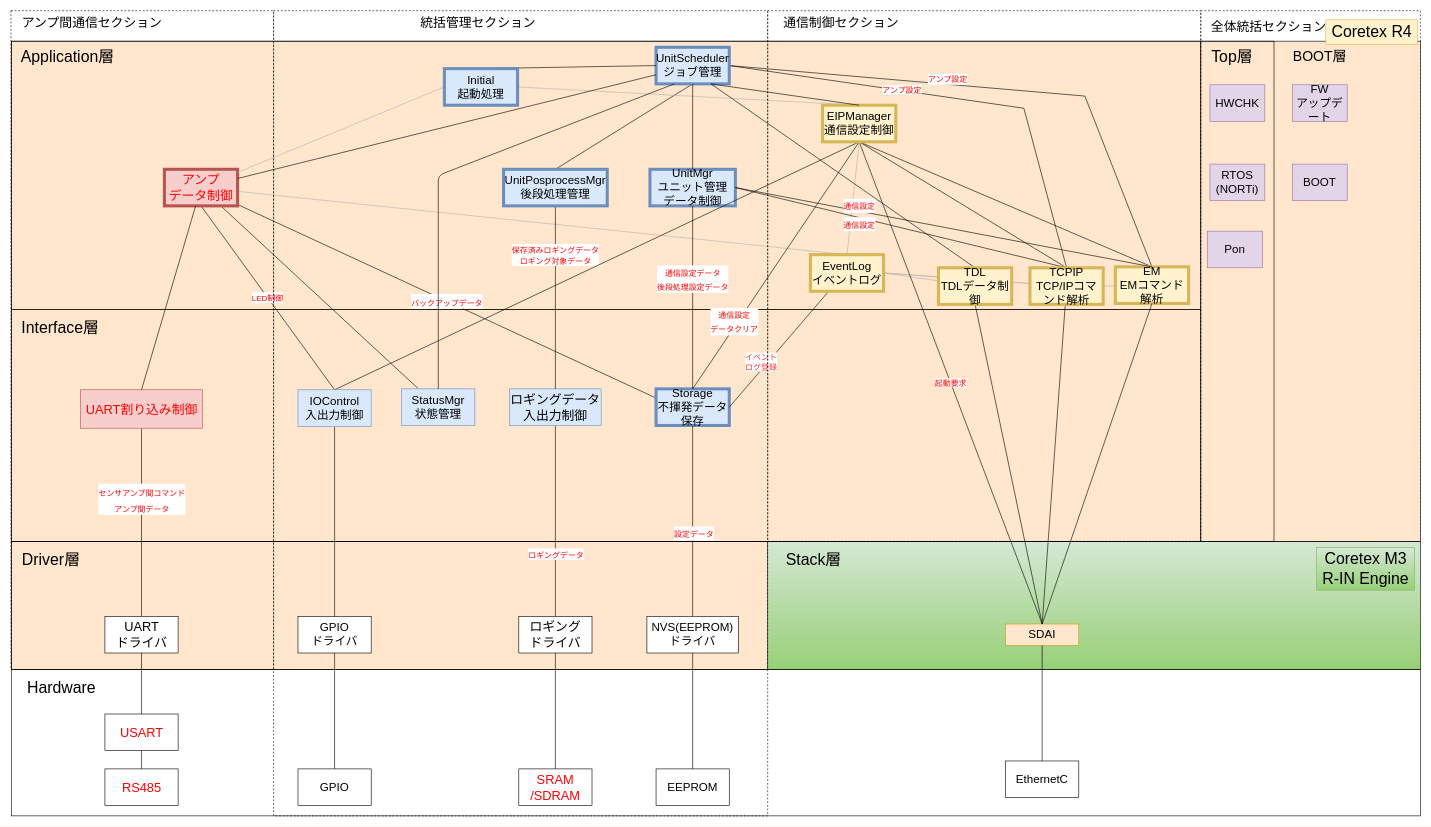
This is page "RevG_NewスマNWU静的構造_完全版" (7 of 13) of NWユニット_アーキテクチャ図.drawio from YutaSuzukiGARI/nwunit, a draw.io file, before an edit. Source tidied: cells renumbered, new cells numbered last; positions are measured from the earlier drawing's top-left corner, leaving out a move shared by most shapes. Both pictures are drawn from the tidied source at 61%, with x=0, y=0 at pixel (11, 10).
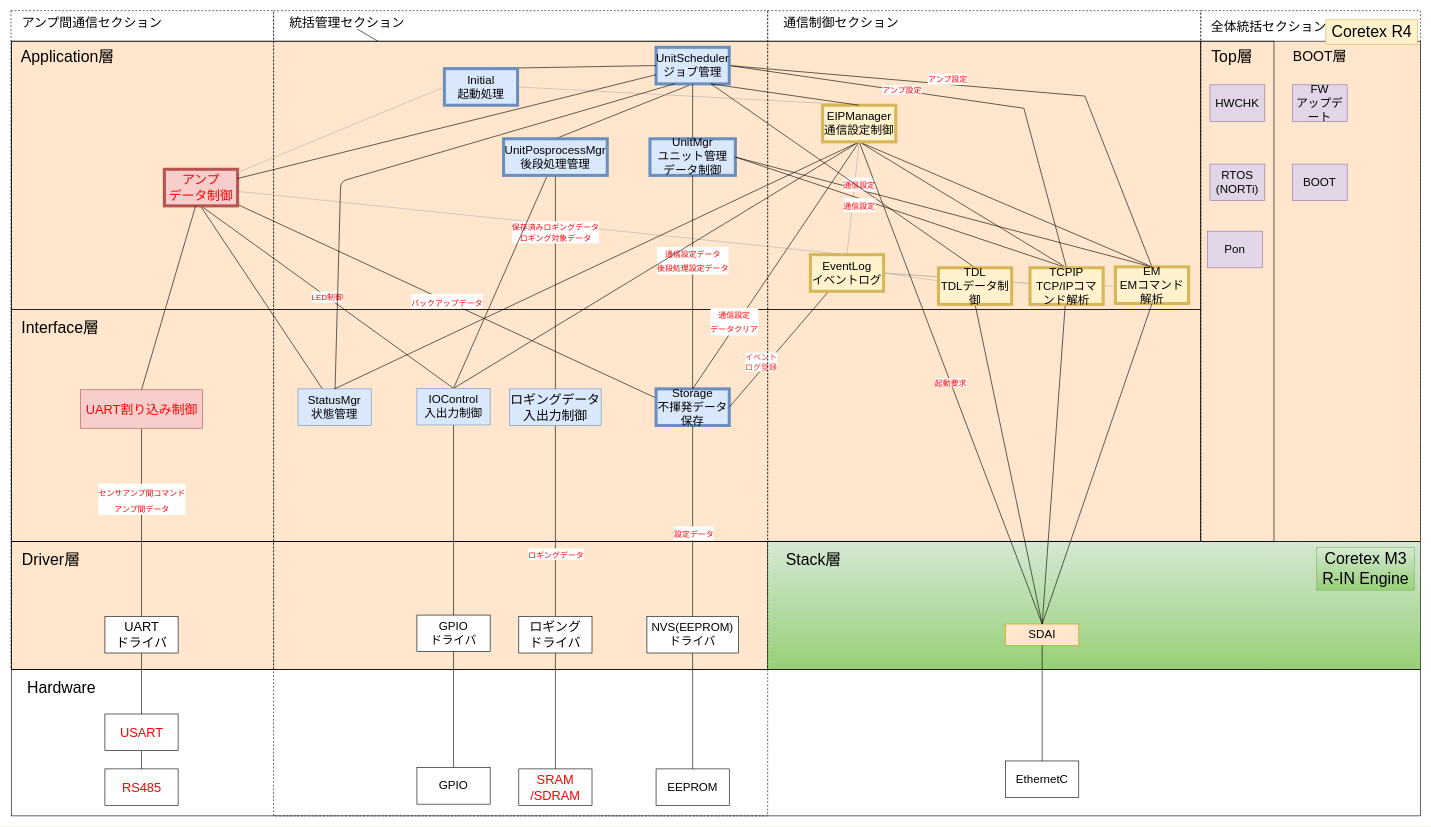
Above is the later version.

Commit message:
Update NWユニット_アーキテクチャ図.drawio

The change refers to these unchanged cells:
```xml
<mxCell id="8" style="rounded=0;whiteSpace=wrap;html=1;fillColor=none;fontSize=19;" parent="1" vertex="1">
  <mxGeometry y="50" width="1950" height="440" as="geometry" />
</mxCell>
<mxCell id="16" value="アンプ&lt;br&gt;データ制御" style="rounded=0;whiteSpace=wrap;html=1;fillColor=#f8cecc;strokeColor=#b85450;fontColor=#FF0000;fontSize=21;strokeWidth=5;" parent="1" vertex="1">
  <mxGeometry x="251" y="260" width="120" height="60" as="geometry" />
</mxCell>
<mxCell id="29" value="UnitScheduler&lt;br style=&quot;font-size: 19px;&quot;&gt;ジョブ管理" style="rounded=0;whiteSpace=wrap;html=1;fillColor=#dae8fc;strokeColor=#6c8ebf;fontSize=19;strokeWidth=5;" parent="1" vertex="1">
  <mxGeometry x="1057" y="60" width="120" height="60" as="geometry" />
</mxCell>
<mxCell id="94" value="EIPManager&lt;br style=&quot;font-size: 19px;&quot;&gt;通信設定制御" style="rounded=0;whiteSpace=wrap;html=1;fillColor=#fff2cc;strokeColor=#d6b656;fontSize=19;strokeWidth=5;fontColor=default;" parent="1" vertex="1">
  <mxGeometry x="1330" y="155" width="120" height="60" as="geometry" />
</mxCell>
```

Change to the diagram source:
```diff
@@
-    <mxCell id="14" style="rounded=0;jettySize=auto;html=1;endArrow=none;endFill=0;" parent="1" edge="1" source="16" target="20">
-      <mxGeometry relative="1" as="geometry" />
+    <mxCell id="14" style="rounded=0;jettySize=auto;html=1;endArrow=none;endFill=0;strokeColor=default;labelBackgroundColor=default;fontColor=default;" parent="1" edge="1" target="20">
+      <mxGeometry relative="1" as="geometry">
+        <mxPoint x="310" y="320" as="sourcePoint" />
+      </mxGeometry>
     </mxCell>
@@
-    <mxCell id="19" value="UnitMgr&lt;br style=&quot;font-size: 19px&quot;&gt;ユニット管理&lt;br&gt;データ制御" style="rounded=0;whiteSpace=wrap;html=1;fillColor=#dae8fc;strokeColor=#6c8ebf;fontSize=19;strokeWidth=5;" parent="1" vertex="1">
-      <mxGeometry x="1047" y="260" width="140" height="60" as="geometry" />
+    <mxCell id="19" value="UnitMgr&lt;br style=&quot;font-size: 19px&quot;&gt;ユニット管理&lt;br&gt;データ制御" style="rounded=0;whiteSpace=wrap;html=1;fillColor=#dae8fc;strokeColor=#6c8ebf;fontSize=19;strokeWidth=5;fontColor=default;" parent="1" vertex="1">
+      <mxGeometry x="1047" y="210" width="140" height="60" as="geometry" />
     </mxCell>
     <mxCell id="20" value="StatusMgr&lt;br style=&quot;font-size: 19px&quot;&gt;状態管理" style="rounded=0;whiteSpace=wrap;html=1;fillColor=#dae8fc;strokeColor=#6c8ebf;fontSize=19;fontColor=default;" parent="1" vertex="1">
-      <mxGeometry x="640" y="620" width="120" height="60" as="geometry" />
+      <mxGeometry x="470" y="620" width="120" height="60" as="geometry" />
     </mxCell>
@@
-    <mxCell id="44" style="endArrow=none;html=1;endFill=0;fontSize=19;exitX=0.25;exitY=1;exitDx=0;exitDy=0;" parent="1" edge="1" source="29" target="20">
+    <mxCell id="44" style="endArrow=none;html=1;endFill=0;fontSize=19;exitX=0.25;exitY=1;exitDx=0;exitDy=0;strokeColor=default;labelBackgroundColor=default;fontColor=default;" parent="1" edge="1" source="29" target="20">
       <mxGeometry relative="1" as="geometry">
         <Array as="points">
-          <mxPoint x="700" y="270" />
+          <mxPoint x="540" y="280" />
         </Array>
       </mxGeometry>
     </mxCell>
@@
     <mxCell id="47" value="GPIO&lt;br style=&quot;font-size: 19px;&quot;&gt;ドライバ" style="rounded=0;whiteSpace=wrap;html=1;fontSize=19;fillColor=default;strokeColor=default;fontColor=default;labelBackgroundColor=default;" parent="1" vertex="1">
-      <mxGeometry x="470" y="993" width="120" height="60" as="geometry" />
+      <mxGeometry x="665" y="990.8" width="120" height="60" as="geometry" />
     </mxCell>
@@
     <mxCell id="68" value="GPIO" style="rounded=0;whiteSpace=wrap;html=1;fontSize=19;fillColor=default;strokeColor=default;fontColor=default;labelBackgroundColor=default;" parent="1" vertex="1">
-      <mxGeometry x="470" y="1243" width="120" height="60" as="geometry" />
+      <mxGeometry x="665" y="1240.8" width="120" height="60" as="geometry" />
     </mxCell>
@@
+    <mxCell id="108" style="edgeStyle=none;rounded=0;jettySize=auto;html=1;entryX=0.5;entryY=0;entryDx=0;entryDy=0;labelBackgroundColor=default;fontSize=13;fontColor=default;endArrow=none;endFill=0;strokeColor=default;" parent="1" edge="1" source="90" target="107">
+      <mxGeometry relative="1" as="geometry" />
+    </mxCell>
-    <mxCell id="90" value="UnitPosprocessMgr&lt;br&gt;後段処理管理" style="rounded=0;whiteSpace=wrap;html=1;fillColor=#dae8fc;strokeColor=#6c8ebf;fontSize=19;strokeWidth=5;" parent="1" vertex="1">
-      <mxGeometry x="807" y="260" width="170" height="60" as="geometry" />
+    <mxCell id="90" value="UnitPosprocessMgr&lt;br&gt;後段処理管理" style="rounded=0;whiteSpace=wrap;html=1;fillColor=#dae8fc;strokeColor=#6c8ebf;fontSize=19;strokeWidth=5;fontColor=default;" parent="1" vertex="1">
+      <mxGeometry x="807" y="210" width="170" height="60" as="geometry" />
     </mxCell>
@@
+    <mxCell id="109" style="edgeStyle=none;rounded=0;jettySize=auto;html=1;entryX=0.5;entryY=0;entryDx=0;entryDy=0;labelBackgroundColor=default;fontSize=13;fontColor=default;endArrow=none;endFill=0;strokeColor=default;exitX=0.5;exitY=1;exitDx=0;exitDy=0;" parent="1" edge="1" source="94" target="20">
+      <mxGeometry relative="1" as="geometry" />
+    </mxCell>
@@
+    <mxCell id="110" style="edgeStyle=none;rounded=0;jettySize=auto;html=1;labelBackgroundColor=default;fontSize=13;fontColor=default;endArrow=none;endFill=0;strokeColor=default;" parent="1" edge="1" source="98" target="8">
+      <mxGeometry relative="1" as="geometry" />
+    </mxCell>
-    <mxCell id="98" value="&lt;font style=&quot;font-size: 21px&quot;&gt;統括管理セクション&lt;/font&gt;" style="text;html=1;align=center;verticalAlign=middle;points=[];strokeColor=none;fillColor=none;" parent="1" vertex="1">
-      <mxGeometry x="665" y="10" width="200" height="20" as="geometry" />
+    <mxCell id="98" value="&lt;font style=&quot;font-size: 21px&quot;&gt;統括管理セクション&lt;/font&gt;" style="text;html=1;align=center;verticalAlign=middle;points=[];strokeColor=none;fillColor=none;fontColor=default;" parent="1" vertex="1">
+      <mxGeometry x="450" y="10" width="200" height="20" as="geometry" />
     </mxCell>
@@
     <mxCell id="107" value="IOControl&lt;br style=&quot;font-size: 19px&quot;&gt;入出力制御" style="rounded=0;whiteSpace=wrap;html=1;fillColor=#dae8fc;strokeColor=#6c8ebf;fontSize=19;fontColor=default;" parent="1" vertex="1">
-      <mxGeometry x="470" y="621.5" width="120" height="60" as="geometry" />
+      <mxGeometry x="665" y="619.2" width="120" height="60" as="geometry" />
     </mxCell>
```
